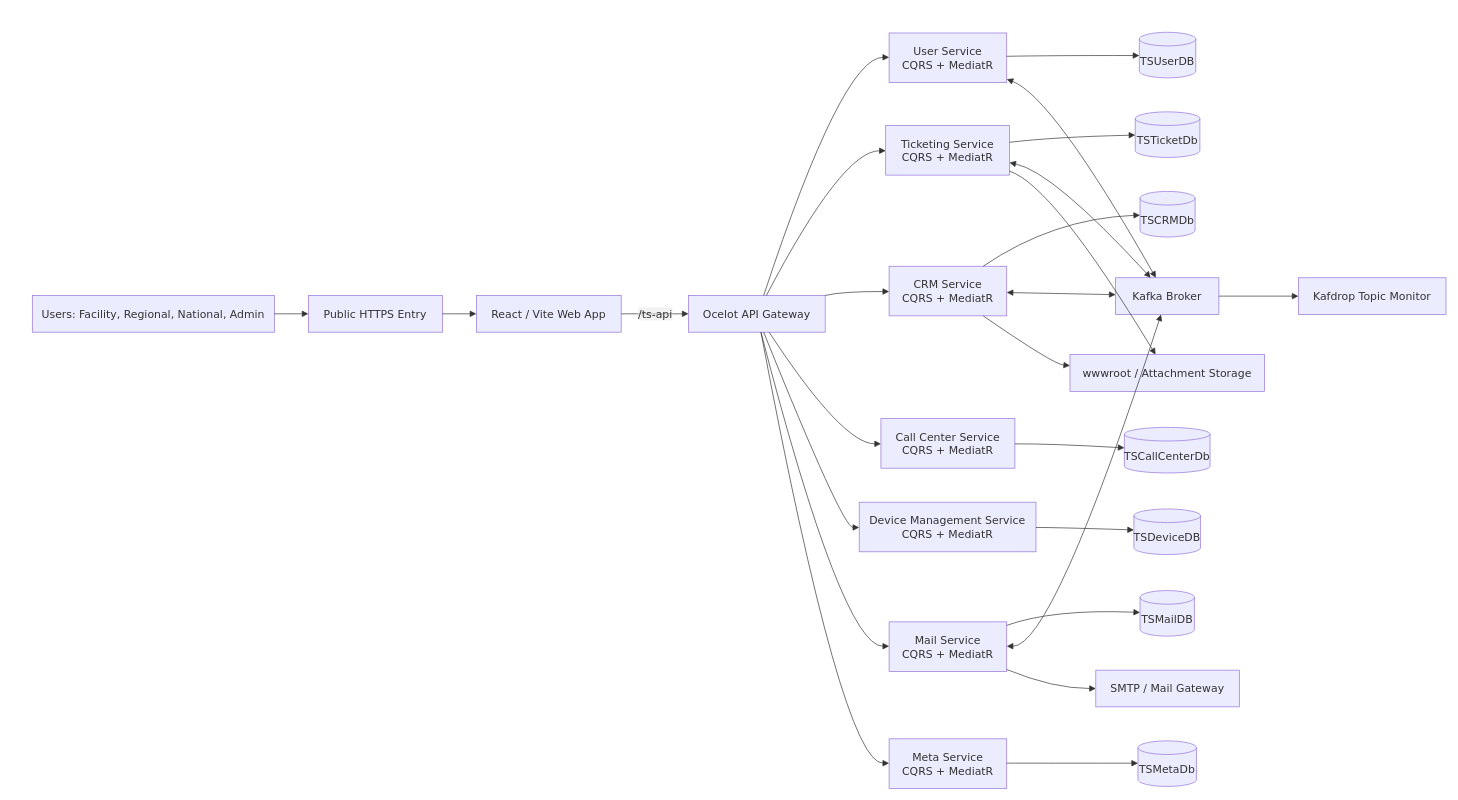
Before: ts-docs/docs/images/installation/diagrams/Visual Deployment Overview.drawio in Rafia232/docusaurus-documentation, a draw.io diagram. Source tidied: cells renumbered, new cells numbered last; positions are measured from the earlier drawing's top-left corner, leaving out a move shared by most shapes. Both pictures are drawn from the tidied source at 68%, with x=0, y=0 at pixel (12, 12).
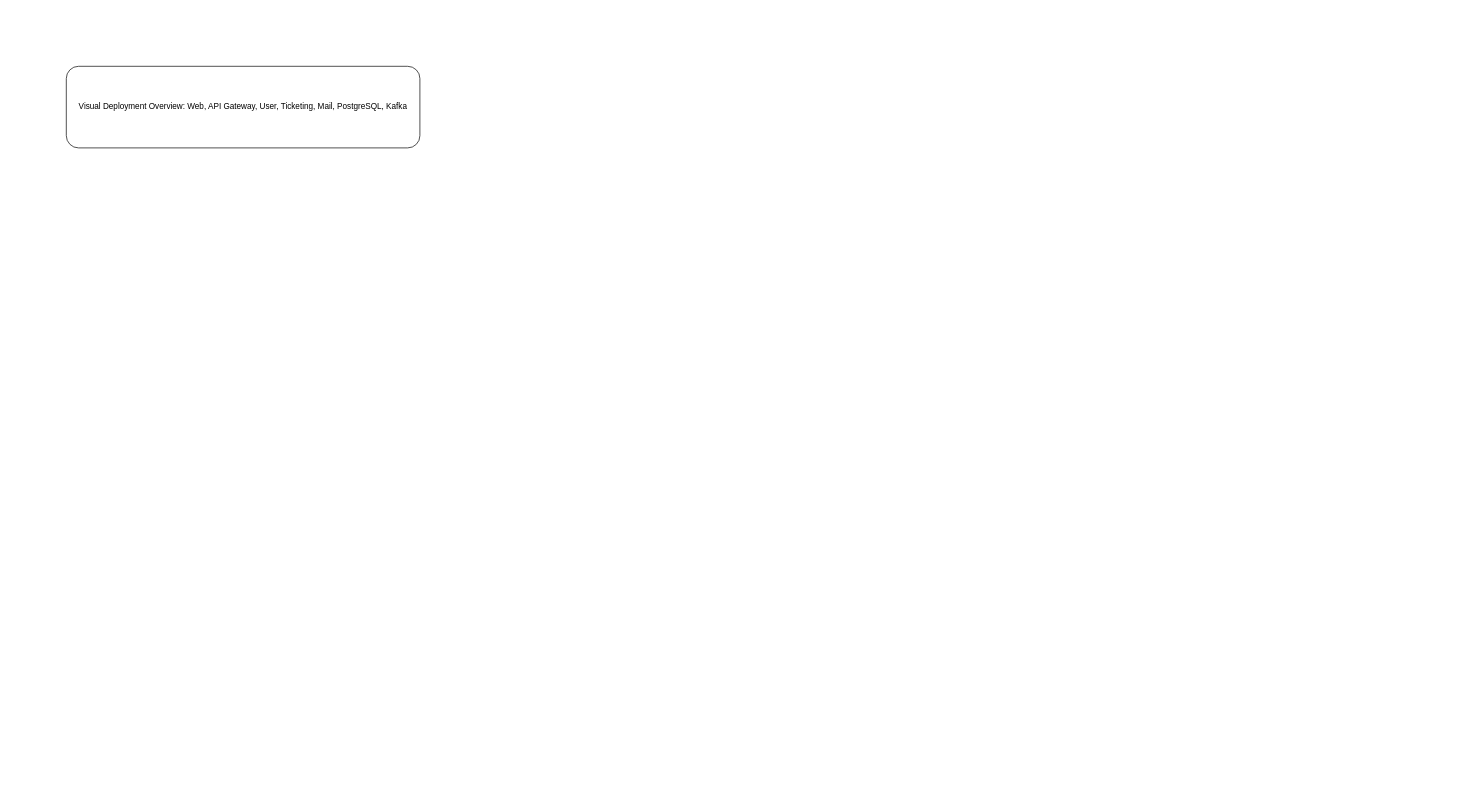
The same diagram, later.

What changed in the source:
```diff
@@
-    <mxCell id="2" style="group;transparentBounds=1;editIcon=1;lockedGroup=0;groupPadding=10;" parent="1" vertex="1">
-      <mxGeometry as="geometry" />
-    </mxCell>
-    <mxCell id="3" value="Users: Facility, Regional, National, Admin" style="html=1;whiteSpace=wrap;strokeWidth=1;fillColor=light-dark(#ECECFF,#1f2020);strokeColor=light-dark(#9370DB,#cccccc);fontColor=light-dark(#333333,#cccccc);fontFamily=Trebuchet MS,Verdana,Arial,sans-serif;fontSize=16;" parent="2" vertex="1">
-      <mxGeometry x="30" y="417" width="356" height="54" as="geometry" />
-    </mxCell>
-    <mxCell id="4" value="Public HTTPS Entry" style="html=1;whiteSpace=wrap;strokeWidth=1;fillColor=light-dark(#ECECFF,#1f2020);strokeColor=light-dark(#9370DB,#cccccc);fontColor=light-dark(#333333,#cccccc);fontFamily=Trebuchet MS,Verdana,Arial,sans-serif;fontSize=16;" parent="2" vertex="1">
-      <mxGeometry x="436" y="417" width="197" height="54" as="geometry" />
-    </mxCell>
-    <mxCell id="5" value="React / Vite Web App" style="html=1;whiteSpace=wrap;strokeWidth=1;fillColor=light-dark(#ECECFF,#1f2020);strokeColor=light-dark(#9370DB,#cccccc);fontColor=light-dark(#333333,#cccccc);fontFamily=Trebuchet MS,Verdana,Arial,sans-serif;fontSize=16;" parent="2" vertex="1">
-      <mxGeometry x="683" y="417" width="213" height="54" as="geometry" />
-    </mxCell>
-    <mxCell id="6" value="Ocelot API Gateway" style="html=1;whiteSpace=wrap;strokeWidth=1;fillColor=light-dark(#ECECFF,#1f2020);strokeColor=light-dark(#9370DB,#cccccc);fontColor=light-dark(#333333,#cccccc);fontFamily=Trebuchet MS,Verdana,Arial,sans-serif;fontSize=16;" parent="2" vertex="1">
-      <mxGeometry x="995" y="417" width="201" height="54" as="geometry" />
-    </mxCell>
-    <mxCell id="7" value="User Service&#10;CQRS + MediatR" style="html=1;whiteSpace=wrap;strokeWidth=1;fillColor=light-dark(#ECECFF,#1f2020);strokeColor=light-dark(#9370DB,#cccccc);fontColor=light-dark(#333333,#cccccc);fontFamily=Trebuchet MS,Verdana,Arial,sans-serif;fontSize=16;" parent="2" vertex="1">
-      <mxGeometry x="1290" y="31" width="173" height="73" as="geometry" />
-    </mxCell>
-    <mxCell id="8" value="Ticketing Service&#10;CQRS + MediatR" style="html=1;whiteSpace=wrap;strokeWidth=1;fillColor=light-dark(#ECECFF,#1f2020);strokeColor=light-dark(#9370DB,#cccccc);fontColor=light-dark(#333333,#cccccc);fontFamily=Trebuchet MS,Verdana,Arial,sans-serif;fontSize=16;" parent="2" vertex="1">
-      <mxGeometry x="1285" y="167" width="182" height="73" as="geometry" />
-    </mxCell>
-    <mxCell id="9" value="CRM Service&#10;CQRS + MediatR" style="html=1;whiteSpace=wrap;strokeWidth=1;fillColor=light-dark(#ECECFF,#1f2020);strokeColor=light-dark(#9370DB,#cccccc);fontColor=light-dark(#333333,#cccccc);fontFamily=Trebuchet MS,Verdana,Arial,sans-serif;fontSize=16;" parent="2" vertex="1">
-      <mxGeometry x="1290" y="374" width="173" height="73" as="geometry" />
-    </mxCell>
-    <mxCell id="10" value="Call Center Service&#10;CQRS + MediatR" style="html=1;whiteSpace=wrap;strokeWidth=1;fillColor=light-dark(#ECECFF,#1f2020);strokeColor=light-dark(#9370DB,#cccccc);fontColor=light-dark(#333333,#cccccc);fontFamily=Trebuchet MS,Verdana,Arial,sans-serif;fontSize=16;" parent="2" vertex="1">
-      <mxGeometry x="1278" y="598" width="197" height="73" as="geometry" />
-    </mxCell>
-    <mxCell id="11" value="Device Management Service&#10;CQRS + MediatR" style="html=1;whiteSpace=wrap;strokeWidth=1;fillColor=light-dark(#ECECFF,#1f2020);strokeColor=light-dark(#9370DB,#cccccc);fontColor=light-dark(#333333,#cccccc);fontFamily=Trebuchet MS,Verdana,Arial,sans-serif;fontSize=16;" parent="2" vertex="1">
-      <mxGeometry x="1246" y="721" width="260" height="73" as="geometry" />
-    </mxCell>
-    <mxCell id="12" value="Mail Service&#10;CQRS + MediatR" style="html=1;whiteSpace=wrap;strokeWidth=1;fillColor=light-dark(#ECECFF,#1f2020);strokeColor=light-dark(#9370DB,#cccccc);fontColor=light-dark(#333333,#cccccc);fontFamily=Trebuchet MS,Verdana,Arial,sans-serif;fontSize=16;" parent="2" vertex="1">
-      <mxGeometry x="1290" y="897" width="173" height="73" as="geometry" />
-    </mxCell>
-    <mxCell id="13" value="Meta Service&#10;CQRS + MediatR" style="html=1;whiteSpace=wrap;strokeWidth=1;fillColor=light-dark(#ECECFF,#1f2020);strokeColor=light-dark(#9370DB,#cccccc);fontColor=light-dark(#333333,#cccccc);fontFamily=Trebuchet MS,Verdana,Arial,sans-serif;fontSize=16;" parent="2" vertex="1">
-      <mxGeometry x="1290" y="1069" width="173" height="73" as="geometry" />
-    </mxCell>
-    <mxCell id="14" value="TSUserDB" style="html=1;shape=cylinder3;boundedLbl=1;backgroundOutline=1;size=10;strokeWidth=1;whiteSpace=wrap;fillColor=light-dark(#ECECFF,#1f2020);strokeColor=light-dark(#9370DB,#cccccc);fontColor=light-dark(#333333,#cccccc);fontFamily=Trebuchet MS,Verdana,Arial,sans-serif;fontSize=16;" parent="2" vertex="1">
-      <mxGeometry x="1658" y="30" width="83" height="67" as="geometry" />
-    </mxCell>
-    <mxCell id="15" value="TSTicketDb" style="html=1;shape=cylinder3;boundedLbl=1;backgroundOutline=1;size=10;strokeWidth=1;whiteSpace=wrap;fillColor=light-dark(#ECECFF,#1f2020);strokeColor=light-dark(#9370DB,#cccccc);fontColor=light-dark(#333333,#cccccc);fontFamily=Trebuchet MS,Verdana,Arial,sans-serif;fontSize=16;" parent="2" vertex="1">
-      <mxGeometry x="1652" y="147" width="95" height="67" as="geometry" />
-    </mxCell>
-    <mxCell id="16" value="TSCRMDb" style="html=1;shape=cylinder3;boundedLbl=1;backgroundOutline=1;size=10;strokeWidth=1;whiteSpace=wrap;fillColor=light-dark(#ECECFF,#1f2020);strokeColor=light-dark(#9370DB,#cccccc);fontColor=light-dark(#333333,#cccccc);fontFamily=Trebuchet MS,Verdana,Arial,sans-serif;fontSize=16;" parent="2" vertex="1">
-      <mxGeometry x="1659" y="264" width="81" height="67" as="geometry" />
-    </mxCell>
-    <mxCell id="17" value="TSCallCenterDb" style="html=1;shape=cylinder3;boundedLbl=1;backgroundOutline=1;size=10;strokeWidth=1;whiteSpace=wrap;fillColor=light-dark(#ECECFF,#1f2020);strokeColor=light-dark(#9370DB,#cccccc);fontColor=light-dark(#333333,#cccccc);fontFamily=Trebuchet MS,Verdana,Arial,sans-serif;fontSize=16;" parent="2" vertex="1">
-      <mxGeometry x="1636" y="611" width="126" height="67" as="geometry" />
-    </mxCell>
-    <mxCell id="18" value="TSDeviceDB" style="html=1;shape=cylinder3;boundedLbl=1;backgroundOutline=1;size=10;strokeWidth=1;whiteSpace=wrap;fillColor=light-dark(#ECECFF,#1f2020);strokeColor=light-dark(#9370DB,#cccccc);fontColor=light-dark(#333333,#cccccc);fontFamily=Trebuchet MS,Verdana,Arial,sans-serif;fontSize=16;" parent="2" vertex="1">
-      <mxGeometry x="1650" y="731" width="98" height="67" as="geometry" />
-    </mxCell>
-    <mxCell id="19" value="TSMailDB" style="html=1;shape=cylinder3;boundedLbl=1;backgroundOutline=1;size=10;strokeWidth=1;whiteSpace=wrap;fillColor=light-dark(#ECECFF,#1f2020);strokeColor=light-dark(#9370DB,#cccccc);fontColor=light-dark(#333333,#cccccc);fontFamily=Trebuchet MS,Verdana,Arial,sans-serif;fontSize=16;" parent="2" vertex="1">
-      <mxGeometry x="1659" y="851" width="80" height="67" as="geometry" />
-    </mxCell>
-    <mxCell id="20" value="TSMetaDb" style="html=1;shape=cylinder3;boundedLbl=1;backgroundOutline=1;size=10;strokeWidth=1;whiteSpace=wrap;fillColor=light-dark(#ECECFF,#1f2020);strokeColor=light-dark(#9370DB,#cccccc);fontColor=light-dark(#333333,#cccccc);fontFamily=Trebuchet MS,Verdana,Arial,sans-serif;fontSize=16;" parent="2" vertex="1">
-      <mxGeometry x="1656" y="1072" width="86" height="67" as="geometry" />
-    </mxCell>
-    <mxCell id="21" value="Kafka Broker" style="html=1;whiteSpace=wrap;strokeWidth=1;fillColor=light-dark(#ECECFF,#1f2020);strokeColor=light-dark(#9370DB,#cccccc);fontColor=light-dark(#333333,#cccccc);fontFamily=Trebuchet MS,Verdana,Arial,sans-serif;fontSize=16;" parent="2" vertex="1">
-      <mxGeometry x="1623" y="391" width="152" height="54" as="geometry" />
-    </mxCell>
-    <mxCell id="22" value="Kafdrop Topic Monitor" style="html=1;whiteSpace=wrap;strokeWidth=1;fillColor=light-dark(#ECECFF,#1f2020);strokeColor=light-dark(#9370DB,#cccccc);fontColor=light-dark(#333333,#cccccc);fontFamily=Trebuchet MS,Verdana,Arial,sans-serif;fontSize=16;" parent="2" vertex="1">
-      <mxGeometry x="1892" y="391" width="217" height="54" as="geometry" />
-    </mxCell>
-    <mxCell id="23" value="wwwroot / Attachment Storage" style="html=1;whiteSpace=wrap;strokeWidth=1;fillColor=light-dark(#ECECFF,#1f2020);strokeColor=light-dark(#9370DB,#cccccc);fontColor=light-dark(#333333,#cccccc);fontFamily=Trebuchet MS,Verdana,Arial,sans-serif;fontSize=16;" parent="2" vertex="1">
-      <mxGeometry x="1556" y="504" width="286" height="54" as="geometry" />
-    </mxCell>
-    <mxCell id="24" value="SMTP / Mail Gateway" style="html=1;whiteSpace=wrap;strokeWidth=1;fillColor=light-dark(#ECECFF,#1f2020);strokeColor=light-dark(#9370DB,#cccccc);fontColor=light-dark(#333333,#cccccc);fontFamily=Trebuchet MS,Verdana,Arial,sans-serif;fontSize=16;" parent="2" vertex="1">
-      <mxGeometry x="1594" y="968" width="211" height="54" as="geometry" />
-    </mxCell>
-    <mxCell id="25" style="curved=1;startArrow=none;endArrow=block;endSize=7;strokeColor=light-dark(#333333,#cccccc);exitX=1;exitY=0.5;entryX=0;entryY=0.5;rounded=0;" parent="2" edge="1" source="3" target="4">
-      <mxGeometry relative="1" as="geometry" />
-    </mxCell>
-    <mxCell id="26" style="curved=1;startArrow=none;endArrow=block;endSize=7;strokeColor=light-dark(#333333,#cccccc);exitX=1;exitY=0.5;entryX=0;entryY=0.5;rounded=0;" parent="2" edge="1" source="4" target="5">
-      <mxGeometry relative="1" as="geometry" />
-    </mxCell>
-    <mxCell id="27" value="/ts-api" style="curved=1;startArrow=none;endArrow=block;endSize=7;strokeColor=light-dark(#333333,#cccccc);html=1;fontSize=16;labelBackgroundColor=light-dark(#E8E8E88D,#2a2a2a8D);fontFamily=Trebuchet MS,Verdana,Arial,sans-serif;fontColor=light-dark(#333333,#cccccc);exitX=1;exitY=0.5;entryX=0;entryY=0.5;rounded=0;" parent="2" edge="1" source="5" target="6">
-      <mxGeometry relative="1" as="geometry" />
-    </mxCell>
-    <mxCell id="28" style="curved=1;startArrow=none;endArrow=block;endSize=7;strokeColor=light-dark(#333333,#cccccc);exitX=0.55;exitY=0;entryX=0;entryY=0.49;rounded=0;" parent="2" edge="1" source="6" target="7">
-      <mxGeometry relative="1" as="geometry">
-        <Array as="points">
-          <mxPoint x="1221" y="67" />
-        </Array>
-      </mxGeometry>
-    </mxCell>
-    <mxCell id="29" style="curved=1;startArrow=none;endArrow=block;endSize=7;strokeColor=light-dark(#333333,#cccccc);exitX=0.57;exitY=0;entryX=0;entryY=0.51;rounded=0;" parent="2" edge="1" source="6" target="8">
-      <mxGeometry relative="1" as="geometry">
-        <Array as="points">
-          <mxPoint x="1221" y="204" />
-        </Array>
-      </mxGeometry>
-    </mxCell>
-    <mxCell id="30" style="curved=1;startArrow=none;endArrow=block;endSize=7;strokeColor=light-dark(#333333,#cccccc);exitX=1;exitY=0;entryX=0;entryY=0.51;rounded=0;" parent="2" edge="1" source="6" target="9">
-      <mxGeometry relative="1" as="geometry">
-        <Array as="points">
-          <mxPoint x="1221" y="411" />
-        </Array>
-      </mxGeometry>
-    </mxCell>
-    <mxCell id="31" style="curved=1;startArrow=none;endArrow=block;endSize=7;strokeColor=light-dark(#333333,#cccccc);exitX=0.59;exitY=1;entryX=0;entryY=0.51;rounded=0;" parent="2" edge="1" source="6" target="10">
-      <mxGeometry relative="1" as="geometry">
-        <Array as="points">
-          <mxPoint x="1221" y="635" />
-        </Array>
-      </mxGeometry>
-    </mxCell>
-    <mxCell id="32" style="curved=1;startArrow=none;endArrow=block;endSize=7;strokeColor=light-dark(#333333,#cccccc);exitX=0.55;exitY=1;entryX=0;entryY=0.51;rounded=0;" parent="2" edge="1" source="6" target="11">
-      <mxGeometry relative="1" as="geometry">
-        <Array as="points">
-          <mxPoint x="1221" y="758" />
-        </Array>
-      </mxGeometry>
-    </mxCell>
-    <mxCell id="33" style="curved=1;startArrow=none;endArrow=block;endSize=7;strokeColor=light-dark(#333333,#cccccc);exitX=0.53;exitY=1;entryX=0;entryY=0.49;rounded=0;" parent="2" edge="1" source="6" target="12">
-      <mxGeometry relative="1" as="geometry">
-        <Array as="points">
-          <mxPoint x="1221" y="933" />
-        </Array>
-      </mxGeometry>
-    </mxCell>
-    <mxCell id="34" style="curved=1;startArrow=none;endArrow=block;endSize=7;strokeColor=light-dark(#333333,#cccccc);exitX=0.53;exitY=1;entryX=0;entryY=0.49;rounded=0;" parent="2" edge="1" source="6" target="13">
-      <mxGeometry relative="1" as="geometry">
-        <Array as="points">
-          <mxPoint x="1221" y="1105" />
-        </Array>
-      </mxGeometry>
-    </mxCell>
-    <mxCell id="35" style="curved=1;startArrow=none;endArrow=block;endSize=7;strokeColor=light-dark(#333333,#cccccc);exitX=1;exitY=0.47;entryX=0;entryY=0.51;rounded=0;" parent="2" edge="1" source="7" target="14">
-      <mxGeometry relative="1" as="geometry">
-        <Array as="points">
-          <mxPoint x="1531" y="64" />
-        </Array>
-      </mxGeometry>
-    </mxCell>
-    <mxCell id="36" style="curved=1;startArrow=none;endArrow=block;endSize=7;strokeColor=light-dark(#333333,#cccccc);exitX=1;exitY=0.34;entryX=0;entryY=0.51;rounded=0;" parent="2" edge="1" source="8" target="15">
-      <mxGeometry relative="1" as="geometry">
-        <Array as="points">
-          <mxPoint x="1531" y="184" />
-        </Array>
-      </mxGeometry>
-    </mxCell>
-    <mxCell id="37" style="curved=1;startArrow=none;endArrow=block;endSize=7;strokeColor=light-dark(#333333,#cccccc);exitX=0.8;exitY=0;entryX=0;entryY=0.52;rounded=0;" parent="2" edge="1" source="9" target="16">
-      <mxGeometry relative="1" as="geometry">
-        <Array as="points">
-          <mxPoint x="1531" y="304" />
-        </Array>
-      </mxGeometry>
-    </mxCell>
-    <mxCell id="38" style="curved=1;startArrow=none;endArrow=block;endSize=7;strokeColor=light-dark(#333333,#cccccc);exitX=1;exitY=0.51;entryX=0;entryY=0.45;rounded=0;" parent="2" edge="1" source="10" target="17">
-      <mxGeometry relative="1" as="geometry">
-        <Array as="points">
-          <mxPoint x="1531" y="635" />
-        </Array>
-      </mxGeometry>
-    </mxCell>
-    <mxCell id="39" style="curved=1;startArrow=none;endArrow=block;endSize=7;strokeColor=light-dark(#333333,#cccccc);exitX=1;exitY=0.51;entryX=0;entryY=0.46;rounded=0;" parent="2" edge="1" source="11" target="18">
-      <mxGeometry relative="1" as="geometry">
-        <Array as="points">
-          <mxPoint x="1531" y="758" />
-        </Array>
-      </mxGeometry>
-    </mxCell>
-    <mxCell id="40" style="curved=1;startArrow=none;endArrow=block;endSize=7;strokeColor=light-dark(#333333,#cccccc);exitX=1;exitY=0.07;entryX=0;entryY=0.48;rounded=0;" parent="2" edge="1" source="12" target="19">
-      <mxGeometry relative="1" as="geometry">
-        <Array as="points">
-          <mxPoint x="1531" y="878" />
-        </Array>
-      </mxGeometry>
-    </mxCell>
-    <mxCell id="41" style="curved=1;startArrow=none;endArrow=block;endSize=7;strokeColor=light-dark(#333333,#cccccc);exitX=1;exitY=0.49;entryX=0;entryY=0.49;rounded=0;" parent="2" edge="1" source="13" target="20">
-      <mxGeometry relative="1" as="geometry" />
-    </mxCell>
-    <mxCell id="42" style="curved=1;startArrow=block;startSize=7;endArrow=block;endSize=7;strokeColor=light-dark(#333333,#cccccc);exitX=1;exitY=0.93;entryX=0.39;entryY=0;rounded=0;" parent="2" edge="1" source="7" target="21">
-      <mxGeometry relative="1" as="geometry">
-        <Array as="points">
-          <mxPoint x="1531" y="125" />
-        </Array>
-      </mxGeometry>
-    </mxCell>
-    <mxCell id="43" style="curved=1;startArrow=block;startSize=7;endArrow=block;endSize=7;strokeColor=light-dark(#333333,#cccccc);exitX=1;exitY=0.75;entryX=0.34;entryY=0;rounded=0;" parent="2" edge="1" source="8" target="21">
-      <mxGeometry relative="1" as="geometry">
-        <Array as="points">
-          <mxPoint x="1531" y="235" />
-        </Array>
-      </mxGeometry>
-    </mxCell>
-    <mxCell id="44" style="curved=1;startArrow=block;startSize=7;endArrow=block;endSize=7;strokeColor=light-dark(#333333,#cccccc);exitX=1;exitY=0.53;entryX=0;entryY=0.46;rounded=0;" parent="2" edge="1" source="9" target="21">
-      <mxGeometry relative="1" as="geometry">
-        <Array as="points">
-          <mxPoint x="1531" y="414" />
-        </Array>
-      </mxGeometry>
-    </mxCell>
-    <mxCell id="45" style="curved=1;startArrow=block;startSize=7;endArrow=block;endSize=7;strokeColor=light-dark(#333333,#cccccc);exitX=1;exitY=0.49;entryX=0.44;entryY=1;rounded=0;" parent="2" edge="1" source="12" target="21">
-      <mxGeometry relative="1" as="geometry">
-        <Array as="points">
-          <mxPoint x="1531" y="933" />
-        </Array>
-      </mxGeometry>
-    </mxCell>
-    <mxCell id="46" style="curved=1;startArrow=none;endArrow=block;endSize=7;strokeColor=light-dark(#333333,#cccccc);exitX=1;exitY=0.5;entryX=0;entryY=0.5;rounded=0;" parent="2" edge="1" source="21" target="22">
-      <mxGeometry relative="1" as="geometry" />
-    </mxCell>
-    <mxCell id="47" style="curved=1;startArrow=none;endArrow=block;endSize=7;strokeColor=light-dark(#333333,#cccccc);exitX=1;exitY=0.92;entryX=0.44;entryY=0;rounded=0;" parent="2" edge="1" source="8" target="23">
-      <mxGeometry relative="1" as="geometry">
-        <Array as="points">
-          <mxPoint x="1531" y="255" />
-        </Array>
-      </mxGeometry>
-    </mxCell>
-    <mxCell id="48" style="curved=1;startArrow=none;endArrow=block;endSize=7;strokeColor=light-dark(#333333,#cccccc);exitX=0.8;exitY=1;entryX=0;entryY=0.3;rounded=0;" parent="2" edge="1" source="9" target="23">
-      <mxGeometry relative="1" as="geometry">
-        <Array as="points">
-          <mxPoint x="1531" y="518" />
-        </Array>
-      </mxGeometry>
-    </mxCell>
-    <mxCell id="49" style="curved=1;startArrow=none;endArrow=block;endSize=7;strokeColor=light-dark(#333333,#cccccc);exitX=1;exitY=0.96;entryX=0;entryY=0.5;rounded=0;" parent="2" edge="1" source="12" target="24">
-      <mxGeometry relative="1" as="geometry">
-        <Array as="points">
-          <mxPoint x="1531" y="995" />
-        </Array>
-      </mxGeometry>
-    </mxCell>
+    <mxCell id="50" value="Visual Deployment Overview: Web, API Gateway, User, Ticketing, Mail, PostgreSQL, Kafka" style="rounded=1;whiteSpace=wrap;html=1;" parent="1" vertex="1">
+      <mxGeometry x="80" y="80" width="520" height="120" as="geometry" />
+    </mxCell>
```
